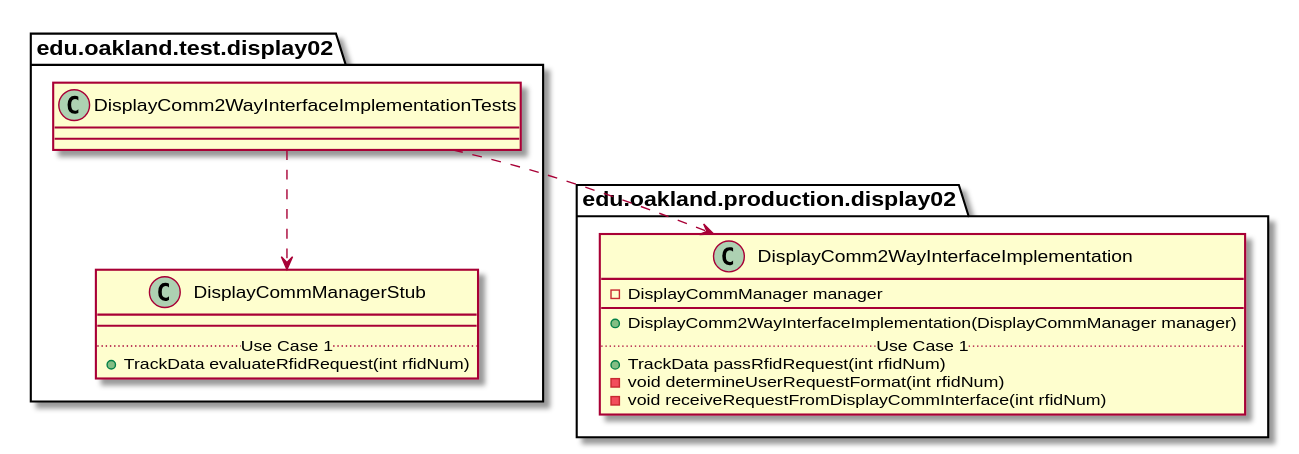
Before: docs/uml-class-diagrams/display02/test/DisplayComm2WayInterfaceImplementationTests/DisplayComm2WayInterfaceImplementationTests_DirectDependencies.svg, a diagram exported from PlantUML (andrewdimmer/csi-3370-software-project). The source it was exported from:
```plantuml
@startuml DisplayComm2WayInterfaceImplementationTests_DirectDependencies


package edu.oakland.test.display02 {
    class DisplayComm2WayInterfaceImplementationTests {

    }
}



package edu.oakland.test.display02 {
    class DisplayCommManagerStub {
        __
        .. Use Case 1 ..
        + TrackData evaluateRfidRequest(int rfidNum)
    }
}

DisplayComm2WayInterfaceImplementationTests ..> DisplayCommManagerStub


package edu.oakland.production.display02 {
    class DisplayComm2WayInterfaceImplementation {
        - DisplayCommManager manager
        __
        + DisplayComm2WayInterfaceImplementation(DisplayCommManager manager)
        .. Use Case 1 ..
        + TrackData passRfidRequest(int rfidNum)
        - void determineUserRequestFormat(int rfidNum)
        - void receiveRequestFromDisplayCommInterface(int rfidNum)
    }
}

DisplayComm2WayInterfaceImplementationTests ..> DisplayComm2WayInterfaceImplementation



@enduml
```
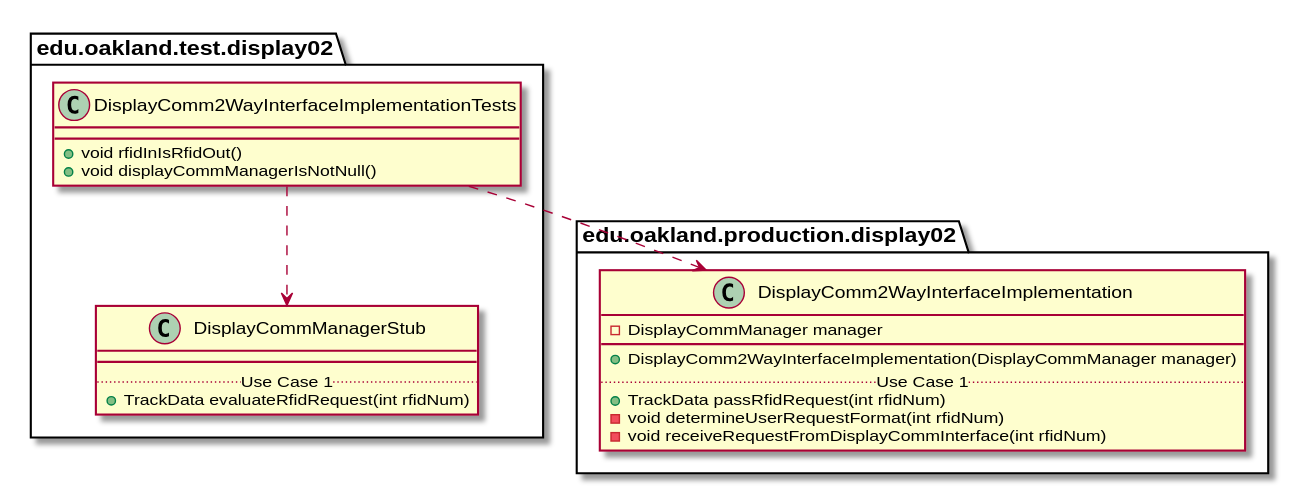
The same diagram one commit later.

Diff of the diagram source:
```diff
@@ -3,7 +3,8 @@
 
 package edu.oakland.test.display02 {
     class DisplayComm2WayInterfaceImplementationTests {
-
+        + void rfidInIsRfidOut()
+        + void displayCommManagerIsNotNull()
     }
 }
 
```
